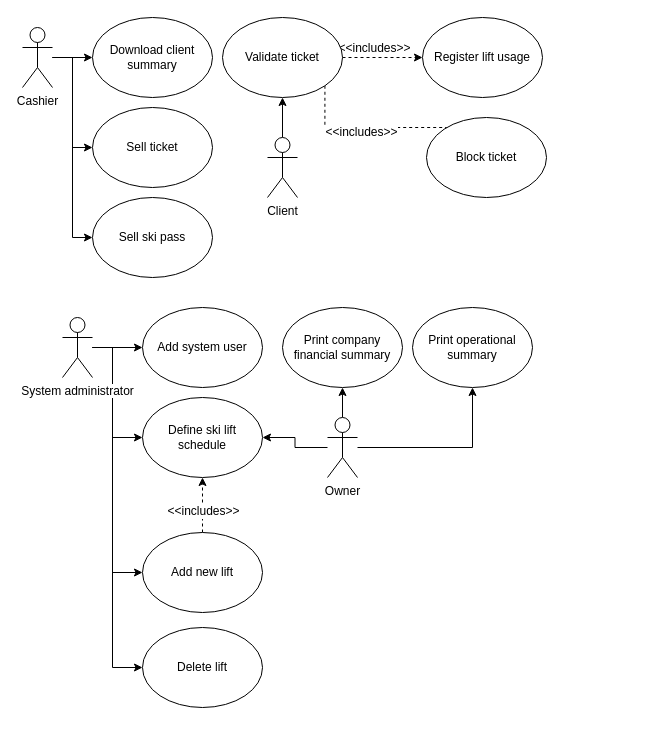
wsmaga/AEII_2020_BD2_Smaga_Narciarstwo keeps this draw.io diagram as UMLs Reqs and project analysis/use-case.drawio. Above is the earlier version. Source tidied: cells renumbered, new cells numbered last; positions are measured from the earlier drawing's top-left corner, leaving out a move shared by most shapes. Both pictures are drawn from the tidied source at 100%, with x=0, y=0 at pixel (22, 17).
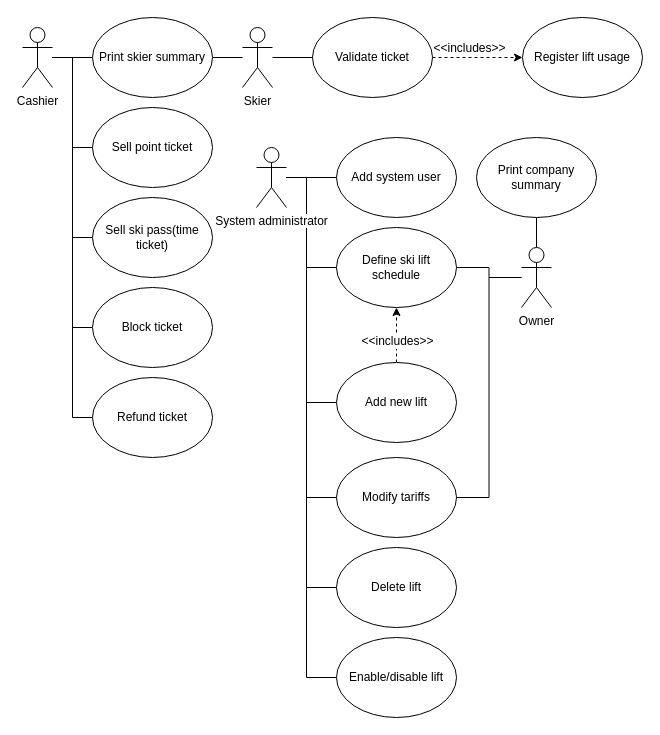
After the change.

Commit message (it also covers changes not shown here):
Modified use-case diagram -> v 1.2

The change refers to these unchanged cells:
```xml
<mxCell id="6" value="&lt;div&gt;Cashier&lt;/div&gt;" style="shape=umlActor;verticalLabelPosition=bottom;labelBackgroundColor=#ffffff;verticalAlign=top;html=1;outlineConnect=0;" parent="1" vertex="1">
  <mxGeometry y="10" width="30" height="60" as="geometry" />
</mxCell>
```

Change to the diagram source:
```diff
@@
-    <mxCell id="2" value="Download client summary" style="ellipse;whiteSpace=wrap;html=1;" parent="1" vertex="1">
-      <mxGeometry x="70" width="120" height="80" as="geometry" />
-    </mxCell>
-    <mxCell id="3" style="edgeStyle=orthogonalEdgeStyle;rounded=0;jettySize=auto;html=1;entryX=0;entryY=0.5;entryDx=0;entryDy=0;" parent="1" edge="1" source="6" target="16">
+    <mxCell id="3" style="edgeStyle=orthogonalEdgeStyle;rounded=0;jettySize=auto;html=1;entryX=0;entryY=0.5;entryDx=0;entryDy=0;endArrow=none;endFill=0;" parent="1" edge="1" source="6" target="16">
       <mxGeometry relative="1" as="geometry" />
     </mxCell>
-    <mxCell id="4" style="edgeStyle=orthogonalEdgeStyle;rounded=0;jettySize=auto;html=1;entryX=0;entryY=0.5;entryDx=0;entryDy=0;" parent="1" edge="1" source="6" target="17">
+    <mxCell id="4" style="edgeStyle=orthogonalEdgeStyle;rounded=0;jettySize=auto;html=1;entryX=0;entryY=0.5;entryDx=0;entryDy=0;endArrow=none;endFill=0;" parent="1" edge="1" source="6" target="17">
       <mxGeometry relative="1" as="geometry" />
     </mxCell>
-    <mxCell id="5" style="edgeStyle=orthogonalEdgeStyle;rounded=0;jettySize=auto;html=1;entryX=0;entryY=0.5;entryDx=0;entryDy=0;" parent="1" edge="1" source="6" target="2">
-      <mxGeometry relative="1" as="geometry" />
-    </mxCell>
+    <mxCell id="35" style="edgeStyle=orthogonalEdgeStyle;rounded=0;jettySize=auto;html=1;entryX=0;entryY=0.5;entryDx=0;entryDy=0;endArrow=none;endFill=0;" parent="1" edge="1" source="6" target="33">
+      <mxGeometry relative="1" as="geometry" />
+    </mxCell>
+    <mxCell id="36" style="edgeStyle=orthogonalEdgeStyle;rounded=0;jettySize=auto;html=1;entryX=0;entryY=0.5;entryDx=0;entryDy=0;endArrow=none;endFill=0;" parent="1" edge="1" source="6" target="43">
+      <mxGeometry relative="1" as="geometry" />
+    </mxCell>
+    <mxCell id="37" style="edgeStyle=orthogonalEdgeStyle;rounded=0;jettySize=auto;html=1;entryX=0;entryY=0.5;entryDx=0;entryDy=0;endArrow=none;endFill=0;" parent="1" edge="1" source="6" target="42">
+      <mxGeometry relative="1" as="geometry" />
+    </mxCell>
@@
-    <mxCell id="7" style="edgeStyle=orthogonalEdgeStyle;rounded=0;jettySize=auto;html=1;entryX=0;entryY=0.5;entryDx=0;entryDy=0;" parent="1" edge="1" source="11" target="27">
+    <mxCell id="7" style="edgeStyle=orthogonalEdgeStyle;rounded=0;jettySize=auto;html=1;entryX=0;entryY=0.5;entryDx=0;entryDy=0;endArrow=none;endFill=0;" parent="1" edge="1" source="11" target="27">
       <mxGeometry relative="1" as="geometry" />
     </mxCell>
-    <mxCell id="8" style="edgeStyle=orthogonalEdgeStyle;rounded=0;jettySize=auto;html=1;entryX=0;entryY=0.5;entryDx=0;entryDy=0;" parent="1" edge="1" source="11" target="28">
+    <mxCell id="8" style="edgeStyle=orthogonalEdgeStyle;rounded=0;jettySize=auto;html=1;entryX=0;entryY=0.5;entryDx=0;entryDy=0;endArrow=none;endFill=0;" parent="1" edge="1" source="11" target="28">
       <mxGeometry relative="1" as="geometry">
         <Array as="points">
-          <mxPoint x="90" y="330" />
-          <mxPoint x="90" y="420" />
+          <mxPoint x="284" y="160" />
+          <mxPoint x="284" y="250" />
         </Array>
       </mxGeometry>
     </mxCell>
-    <mxCell id="9" style="edgeStyle=orthogonalEdgeStyle;rounded=0;jettySize=auto;html=1;entryX=0;entryY=0.5;entryDx=0;entryDy=0;" parent="1" edge="1" source="11" target="31">
+    <mxCell id="9" style="edgeStyle=orthogonalEdgeStyle;rounded=0;jettySize=auto;html=1;entryX=0;entryY=0.5;entryDx=0;entryDy=0;endArrow=none;endFill=0;" parent="1" edge="1" source="11" target="31">
       <mxGeometry relative="1" as="geometry">
         <Array as="points">
-          <mxPoint x="90" y="330" />
-          <mxPoint x="90" y="555" />
+          <mxPoint x="284" y="160" />
+          <mxPoint x="284" y="385" />
         </Array>
       </mxGeometry>
     </mxCell>
-    <mxCell id="10" style="edgeStyle=orthogonalEdgeStyle;rounded=0;jettySize=auto;html=1;entryX=0;entryY=0.5;entryDx=0;entryDy=0;" parent="1" edge="1" source="11" target="32">
+    <mxCell id="10" style="edgeStyle=orthogonalEdgeStyle;rounded=0;jettySize=auto;html=1;entryX=0;entryY=0.5;entryDx=0;entryDy=0;endArrow=none;endFill=0;" parent="1" edge="1" source="11" target="32">
       <mxGeometry relative="1" as="geometry">
         <Array as="points">
-          <mxPoint x="90" y="330" />
-          <mxPoint x="90" y="650" />
+          <mxPoint x="284" y="160" />
+          <mxPoint x="284" y="570" />
         </Array>
       </mxGeometry>
     </mxCell>
+    <mxCell id="38" style="edgeStyle=orthogonalEdgeStyle;rounded=0;jettySize=auto;html=1;entryX=0;entryY=0.5;entryDx=0;entryDy=0;endArrow=none;endFill=0;" parent="1" edge="1" source="11" target="44">
+      <mxGeometry relative="1" as="geometry">
+        <Array as="points">
+          <mxPoint x="284" y="160" />
+          <mxPoint x="284" y="480" />
+        </Array>
+      </mxGeometry>
+    </mxCell>
+    <mxCell id="39" style="edgeStyle=orthogonalEdgeStyle;rounded=0;jettySize=auto;html=1;entryX=0;entryY=0.5;entryDx=0;entryDy=0;endArrow=none;endFill=0;" parent="1" edge="1" source="11" target="45">
+      <mxGeometry relative="1" as="geometry">
+        <Array as="points">
+          <mxPoint x="284" y="160" />
+          <mxPoint x="284" y="660" />
+        </Array>
+      </mxGeometry>
+    </mxCell>
     <mxCell id="11" value="System administrator" style="shape=umlActor;verticalLabelPosition=bottom;labelBackgroundColor=#ffffff;verticalAlign=top;html=1;outlineConnect=0;" parent="1" vertex="1">
-      <mxGeometry x="40" y="300" width="30" height="60" as="geometry" />
+      <mxGeometry x="234" y="130" width="30" height="60" as="geometry" />
     </mxCell>
-    <mxCell id="12" style="edgeStyle=orthogonalEdgeStyle;rounded=0;jettySize=auto;html=1;entryX=0.5;entryY=1;entryDx=0;entryDy=0;" parent="1" edge="1" source="15" target="18">
+    <mxCell id="12" style="edgeStyle=orthogonalEdgeStyle;rounded=0;jettySize=auto;html=1;entryX=0.5;entryY=1;entryDx=0;entryDy=0;endArrow=none;endFill=0;" parent="1" edge="1" source="15" target="18">
       <mxGeometry relative="1" as="geometry" />
     </mxCell>
-    <mxCell id="13" style="edgeStyle=orthogonalEdgeStyle;rounded=0;jettySize=auto;html=1;entryX=1;entryY=0.5;entryDx=0;entryDy=0;" parent="1" edge="1" source="15" target="28">
+    <mxCell id="13" style="edgeStyle=orthogonalEdgeStyle;rounded=0;jettySize=auto;html=1;entryX=1;entryY=0.5;entryDx=0;entryDy=0;endArrow=none;endFill=0;" parent="1" edge="1" source="15" target="28">
       <mxGeometry relative="1" as="geometry" />
     </mxCell>
-    <mxCell id="14" style="edgeStyle=orthogonalEdgeStyle;rounded=0;jettySize=auto;html=1;entryX=0.5;entryY=1;entryDx=0;entryDy=0;" parent="1" edge="1" source="15" target="34">
-      <mxGeometry relative="1" as="geometry" />
-    </mxCell>
+    <mxCell id="40" style="edgeStyle=orthogonalEdgeStyle;rounded=0;jettySize=auto;html=1;entryX=1;entryY=0.5;entryDx=0;entryDy=0;endArrow=none;endFill=0;" parent="1" edge="1" source="15" target="44">
+      <mxGeometry relative="1" as="geometry" />
+    </mxCell>
     <mxCell id="15" value="&lt;div&gt;Owner&lt;/div&gt;" style="shape=umlActor;verticalLabelPosition=bottom;labelBackgroundColor=#ffffff;verticalAlign=top;html=1;outlineConnect=0;" parent="1" vertex="1">
-      <mxGeometry x="305" y="400" width="30" height="60" as="geometry" />
+      <mxGeometry x="499" y="230" width="30" height="60" as="geometry" />
     </mxCell>
-    <mxCell id="16" value="Sell ticket" style="ellipse;whiteSpace=wrap;html=1;" parent="1" vertex="1">
+    <mxCell id="16" value="Sell point ticket" style="ellipse;whiteSpace=wrap;html=1;" parent="1" vertex="1">
       <mxGeometry x="70" y="90" width="120" height="80" as="geometry" />
     </mxCell>
-    <mxCell id="17" value="Sell ski pass" style="ellipse;whiteSpace=wrap;html=1;" parent="1" vertex="1">
+    <mxCell id="17" value="Sell ski pass(time ticket)" style="ellipse;whiteSpace=wrap;html=1;" parent="1" vertex="1">
       <mxGeometry x="70" y="180" width="120" height="80" as="geometry" />
     </mxCell>
-    <mxCell id="18" value="Print company financial summary" style="ellipse;whiteSpace=wrap;html=1;" parent="1" vertex="1">
-      <mxGeometry x="260" y="290" width="120" height="80" as="geometry" />
+    <mxCell id="18" value="Print company summary" style="ellipse;whiteSpace=wrap;html=1;" parent="1" vertex="1">
+      <mxGeometry x="454" y="120" width="120" height="80" as="geometry" />
     </mxCell>
-    <mxCell id="19" style="edgeStyle=orthogonalEdgeStyle;rounded=0;jettySize=auto;html=1;dashed=1;entryX=0;entryY=0.5;entryDx=0;entryDy=0;" parent="1" edge="1" source="23" target="26">
+    <mxCell id="19" style="edgeStyle=orthogonalEdgeStyle;rounded=0;jettySize=auto;html=1;dashed=1;entryX=0;entryY=0.5;entryDx=0;entryDy=0;endArrow=classic;endFill=1;" parent="1" edge="1" source="23" target="26">
       <mxGeometry relative="1" as="geometry" />
     </mxCell>
@@
-    <mxCell id="21" style="edgeStyle=orthogonalEdgeStyle;rounded=0;jettySize=auto;html=1;exitX=1;exitY=1;exitDx=0;exitDy=0;entryX=0;entryY=0;entryDx=0;entryDy=0;dashed=1;" parent="1" edge="1" source="23" target="33">
-      <mxGeometry relative="1" as="geometry">
-        <Array as="points">
-          <mxPoint x="302" y="110" />
-          <mxPoint x="428" y="110" />
-        </Array>
-      </mxGeometry>
-    </mxCell>
-    <mxCell id="22" value="&amp;lt;&amp;lt;includes&amp;gt;&amp;gt;" style="text;html=1;align=center;verticalAlign=middle;labelBackgroundColor=#ffffff;" parent="21" vertex="1">
-      <mxGeometry x="-0.11" y="-4" relative="1" as="geometry" />
-    </mxCell>
     <mxCell id="23" value="Validate ticket" style="ellipse;whiteSpace=wrap;html=1;" parent="1" vertex="1">
-      <mxGeometry x="200" width="120" height="80" as="geometry" />
+      <mxGeometry x="290" width="120" height="80" as="geometry" />
     </mxCell>
-    <mxCell id="24" style="edgeStyle=orthogonalEdgeStyle;rounded=0;jettySize=auto;html=1;entryX=0.5;entryY=1;entryDx=0;entryDy=0;" parent="1" edge="1" source="25" target="23">
+    <mxCell id="24" style="edgeStyle=orthogonalEdgeStyle;rounded=0;jettySize=auto;html=1;endArrow=none;endFill=0;entryX=0;entryY=0.5;entryDx=0;entryDy=0;" parent="1" edge="1" source="25" target="23">
       <mxGeometry relative="1" as="geometry" />
     </mxCell>
+    <mxCell id="41" style="edgeStyle=orthogonalEdgeStyle;rounded=0;jettySize=auto;html=1;entryX=1;entryY=0.5;entryDx=0;entryDy=0;endArrow=none;endFill=0;" parent="1" edge="1" source="25" target="42">
+      <mxGeometry relative="1" as="geometry" />
+    </mxCell>
-    <mxCell id="25" value="Client" style="shape=umlActor;verticalLabelPosition=bottom;labelBackgroundColor=#ffffff;verticalAlign=top;html=1;outlineConnect=0;" parent="1" vertex="1">
-      <mxGeometry x="245" y="120" width="30" height="60" as="geometry" />
+    <mxCell id="25" value="Skier" style="shape=umlActor;verticalLabelPosition=bottom;labelBackgroundColor=#ffffff;verticalAlign=top;html=1;outlineConnect=0;" parent="1" vertex="1">
+      <mxGeometry x="220" y="10" width="30" height="60" as="geometry" />
     </mxCell>
     <mxCell id="26" value="Register lift usage" style="ellipse;whiteSpace=wrap;html=1;" parent="1" vertex="1">
-      <mxGeometry x="400" width="120" height="80" as="geometry" />
+      <mxGeometry x="500" width="120" height="80" as="geometry" />
     </mxCell>
     <mxCell id="27" value="Add system user" style="ellipse;whiteSpace=wrap;html=1;" parent="1" vertex="1">
-      <mxGeometry x="120" y="290" width="120" height="80" as="geometry" />
+      <mxGeometry x="314" y="120" width="120" height="80" as="geometry" />
     </mxCell>
     <mxCell id="28" value="Define ski lift schedule" style="ellipse;whiteSpace=wrap;html=1;" parent="1" vertex="1">
-      <mxGeometry x="120" y="380" width="120" height="80" as="geometry" />
+      <mxGeometry x="314" y="210" width="120" height="80" as="geometry" />
     </mxCell>
-    <mxCell id="29" style="edgeStyle=orthogonalEdgeStyle;rounded=0;jettySize=auto;html=1;dashed=1;" parent="1" edge="1" source="31" target="28">
+    <mxCell id="29" style="edgeStyle=orthogonalEdgeStyle;rounded=0;jettySize=auto;html=1;dashed=1;endArrow=classic;endFill=1;" parent="1" edge="1" source="31" target="28">
       <mxGeometry relative="1" as="geometry">
         <Array as="points">
-          <mxPoint x="180" y="500" />
-          <mxPoint x="180" y="500" />
+          <mxPoint x="374" y="330" />
+          <mxPoint x="374" y="330" />
         </Array>
       </mxGeometry>
     </mxCell>
@@
     <mxCell id="31" value="Add new lift" style="ellipse;whiteSpace=wrap;html=1;" parent="1" vertex="1">
-      <mxGeometry x="120" y="515" width="120" height="80" as="geometry" />
+      <mxGeometry x="314" y="345" width="120" height="80" as="geometry" />
     </mxCell>
     <mxCell id="32" value="Delete lift" style="ellipse;whiteSpace=wrap;html=1;" parent="1" vertex="1">
-      <mxGeometry x="120" y="610" width="120" height="80" as="geometry" />
+      <mxGeometry x="314" y="530" width="120" height="80" as="geometry" />
     </mxCell>
     <mxCell id="33" value="Block ticket" style="ellipse;whiteSpace=wrap;html=1;" parent="1" vertex="1">
-      <mxGeometry x="404" y="100" width="120" height="80" as="geometry" />
+      <mxGeometry x="70" y="270" width="120" height="80" as="geometry" />
     </mxCell>
-    <mxCell id="34" value="Print operational summary" style="ellipse;whiteSpace=wrap;html=1;" parent="1" vertex="1">
-      <mxGeometry x="390" y="290" width="120" height="80" as="geometry" />
-    </mxCell>
+    <mxCell id="42" value="Print skier summary" style="ellipse;whiteSpace=wrap;html=1;" parent="1" vertex="1">
+      <mxGeometry x="70" width="120" height="80" as="geometry" />
+    </mxCell>
+    <mxCell id="43" value="Refund ticket" style="ellipse;whiteSpace=wrap;html=1;" parent="1" vertex="1">
+      <mxGeometry x="70" y="360" width="120" height="80" as="geometry" />
+    </mxCell>
+    <mxCell id="44" value="Modify tariffs" style="ellipse;whiteSpace=wrap;html=1;" parent="1" vertex="1">
+      <mxGeometry x="314" y="440" width="120" height="80" as="geometry" />
+    </mxCell>
+    <mxCell id="45" value="Enable/disable lift" style="ellipse;whiteSpace=wrap;html=1;" parent="1" vertex="1">
+      <mxGeometry x="314" y="620" width="120" height="80" as="geometry" />
+    </mxCell>
```
